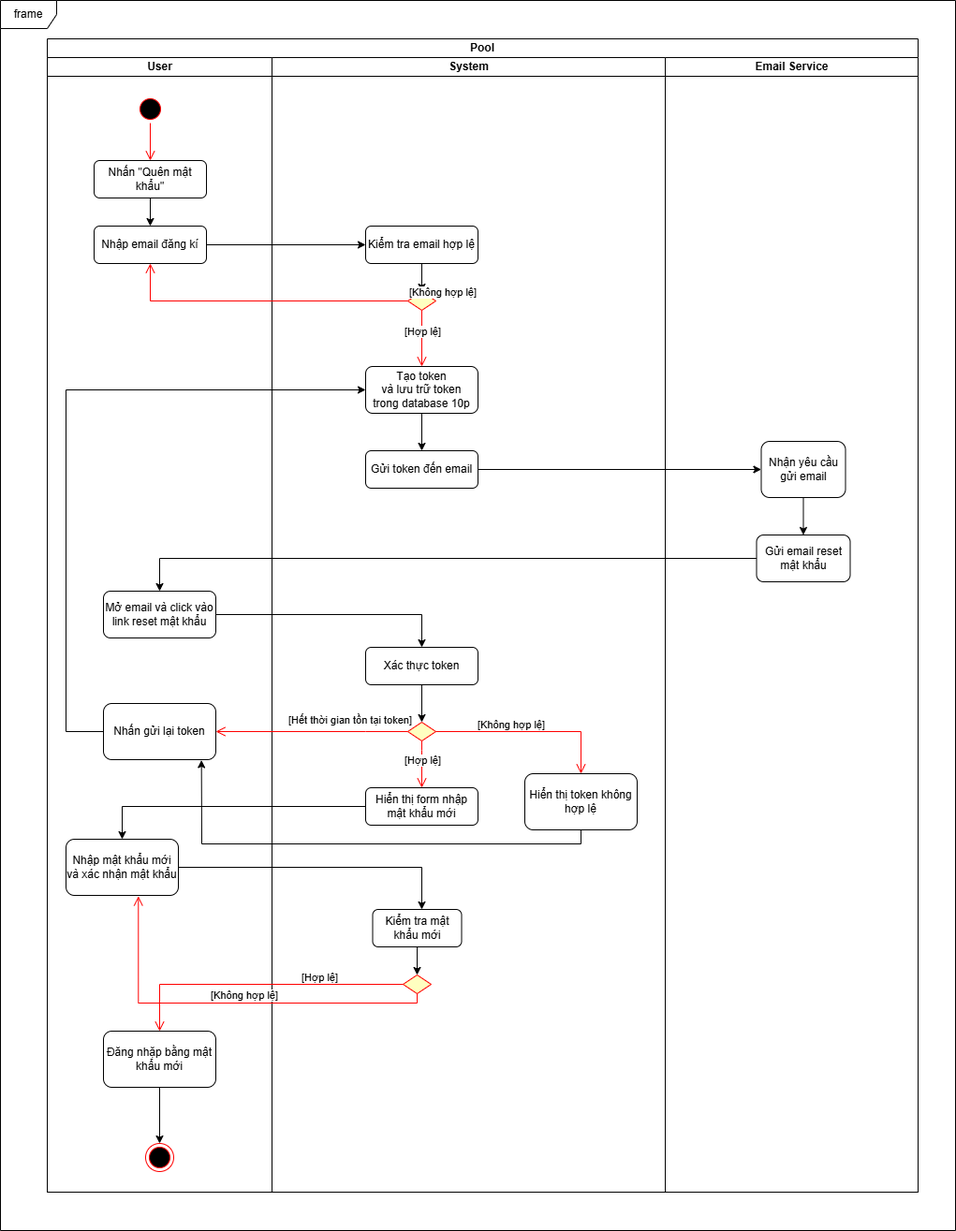
Above: Activity Diagram/reset_password.drawio.png in dvhAoU1374/IT3120-PTTKHT (draw.io), before the change. Source tidied: cells renumbered, new cells last; positions are measured from the earlier drawing's top-left corner, leaving out a move shared by most shapes.
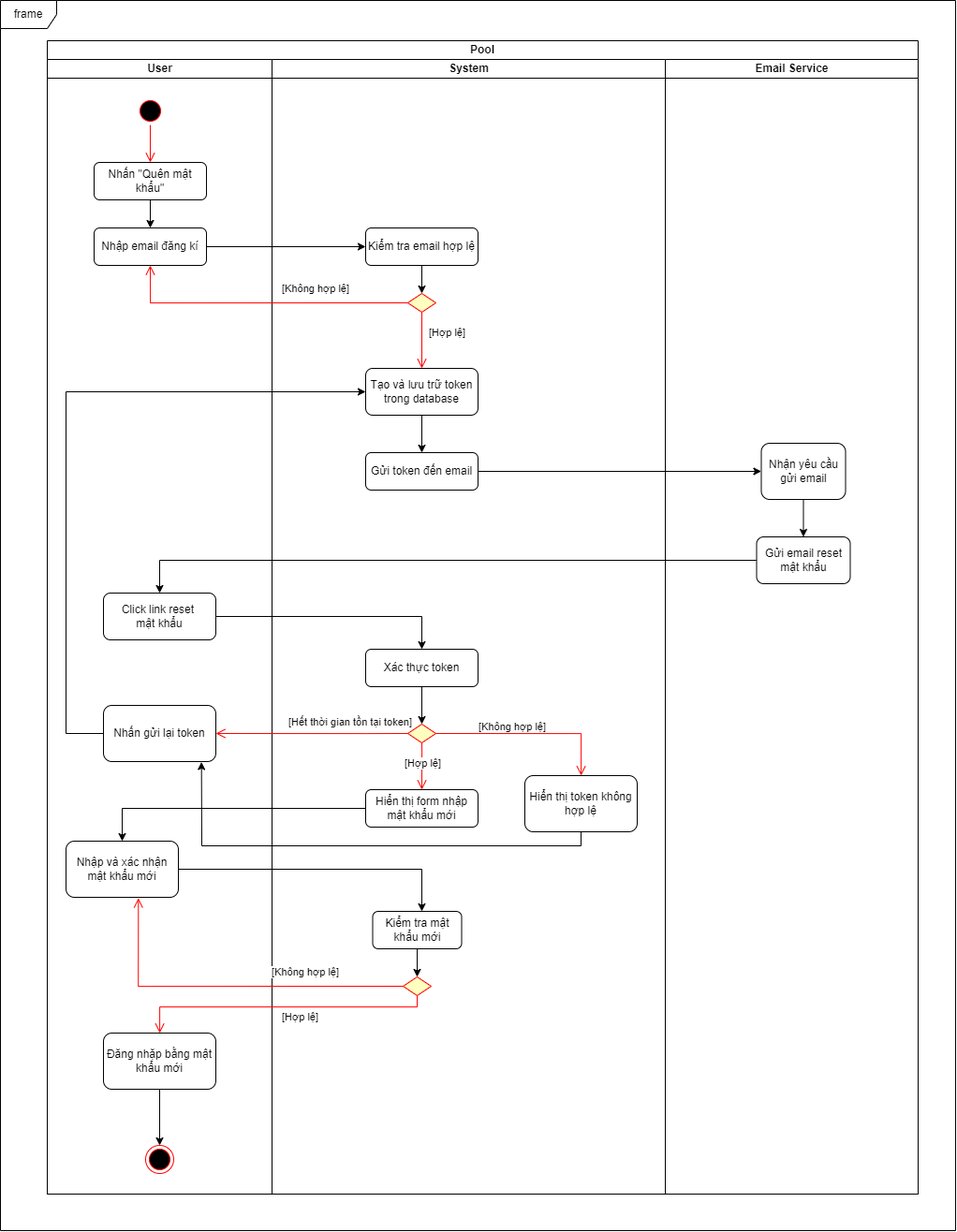
After the change.

What changed in the source:
```diff
@@ -3,7 +3,7 @@
     <mxCell id="0" />
     <mxCell id="1" parent="0" />
     <mxCell id="2" value="Pool" style="swimlane;html=1;startSize=20;whiteSpace=wrap;" parent="1" vertex="1">
-      <mxGeometry x="50" y="41" width="930" height="1232" as="geometry" />
+      <mxGeometry x="50" y="43" width="930" height="1232" as="geometry" />
     </mxCell>
     <mxCell id="3" value="User" style="swimlane;html=1;startSize=20;" parent="2" vertex="1">
       <mxGeometry y="20" width="240" height="1212" as="geometry" />
@@ -20,13 +20,13 @@
     <mxCell id="7" value="Nhập email đăng kí" style="rounded=1;whiteSpace=wrap;html=1;" parent="3" vertex="1">
       <mxGeometry x="50" y="180" width="120" height="40" as="geometry" />
     </mxCell>
-    <mxCell id="8" value="Mở email và click vào link reset mật khẩu" style="rounded=1;whiteSpace=wrap;html=1;" parent="3" vertex="1">
+    <mxCell id="8" value="Click link reset&amp;nbsp;&lt;div&gt;mật khẩu&lt;/div&gt;" style="rounded=1;whiteSpace=wrap;html=1;" parent="3" vertex="1">
       <mxGeometry x="60" y="570" width="120" height="50" as="geometry" />
     </mxCell>
     <mxCell id="9" style="endArrow=classic;html=1;rounded=0;exitX=0.5;exitY=1;exitDx=0;exitDy=0;" parent="3" edge="1" source="4" target="7">
       <mxGeometry relative="1" as="geometry" />
     </mxCell>
-    <mxCell id="10" value="Nhập mật khẩu mới và xác nhận mật khẩu" style="rounded=1;whiteSpace=wrap;html=1;" parent="3" vertex="1">
+    <mxCell id="10" value="Nhập và xác nhận mật khẩu mới" style="rounded=1;whiteSpace=wrap;html=1;" parent="3" vertex="1">
       <mxGeometry x="20" y="835" width="120" height="60" as="geometry" />
     </mxCell>
     <mxCell id="11" value="Đăng nhặp bằng mật khẩu mới" style="rounded=1;whiteSpace=wrap;html=1;" parent="3" vertex="1">
@@ -47,7 +47,7 @@
     <mxCell id="16" value="Kiểm tra email hợp lệ" style="whiteSpace=wrap;html=1;rounded=1;" parent="15" vertex="1">
       <mxGeometry x="100" y="180" width="120" height="40" as="geometry" />
     </mxCell>
-    <mxCell id="17" value="Tạo token&lt;div&gt;và lưu trữ token&lt;/div&gt;&lt;div&gt;trong database 10p&lt;/div&gt;" style="rounded=1;whiteSpace=wrap;html=1;" parent="15" vertex="1">
+    <mxCell id="17" value="Tạo và&amp;nbsp;&lt;span style=&quot;background-color: transparent; color: light-dark(rgb(0, 0, 0), rgb(255, 255, 255));&quot;&gt;lưu trữ token&lt;/span&gt;&lt;div&gt;trong database&lt;/div&gt;" style="rounded=1;whiteSpace=wrap;html=1;" parent="15" vertex="1">
       <mxGeometry x="100" y="330" width="120" height="50" as="geometry" />
     </mxCell>
     <mxCell id="18" value="Gửi token đến email" style="rounded=1;whiteSpace=wrap;html=1;" parent="15" vertex="1">
@@ -71,7 +71,7 @@
       <mxGeometry x="145" y="250" width="30" height="20" as="geometry" />
     </mxCell>
     <mxCell id="24" value="[Hợp lệ]" style="edgeStyle=orthogonalEdgeStyle;html=1;align=left;verticalAlign=top;endArrow=open;endSize=8;strokeColor=#ff0000;rounded=0;entryX=0.5;entryY=0;entryDx=0;entryDy=0;" parent="15" edge="1" source="23" target="17">
-      <mxGeometry x="-0.67" y="-20" relative="1" as="geometry" />
+      <mxGeometry x="-0.73" y="6" relative="1" as="geometry" />
     </mxCell>
     <mxCell id="25" style="endArrow=classic;html=1;rounded=0;entryX=0.5;entryY=0;entryDx=0;entryDy=0;exitX=0.5;exitY=1;exitDx=0;exitDy=0;" parent="15" edge="1" source="17" target="18">
       <mxGeometry relative="1" as="geometry" />
@@ -124,7 +124,7 @@
       <mxGeometry relative="1" as="geometry" />
     </mxCell>
     <mxCell id="40" value="[Không hợp lệ]" style="edgeStyle=orthogonalEdgeStyle;html=1;align=left;verticalAlign=bottom;endArrow=open;endSize=8;strokeColor=#ff0000;rounded=0;exitX=0;exitY=0.5;exitDx=0;exitDy=0;entryX=0.5;entryY=1;entryDx=0;entryDy=0;" parent="2" edge="1" source="23" target="7">
-      <mxGeometry x="-1" relative="1" as="geometry" />
+      <mxGeometry x="-0.14" y="-6" relative="1" as="geometry" />
     </mxCell>
     <mxCell id="41" style="endArrow=classic;html=1;rounded=0;exitX=1;exitY=0.5;exitDx=0;exitDy=0;entryX=0;entryY=0.5;entryDx=0;entryDy=0;" parent="2" edge="1" source="18" target="35">
       <mxGeometry relative="1" as="geometry" />
@@ -166,16 +166,19 @@
         </Array>
       </mxGeometry>
     </mxCell>
-    <mxCell id="47" value="[Hợp lệ]" style="edgeStyle=orthogonalEdgeStyle;html=1;align=left;verticalAlign=top;endArrow=open;endSize=8;strokeColor=#ff0000;rounded=0;exitX=0;exitY=0.5;exitDx=0;exitDy=0;" parent="2" edge="1" source="30" target="11">
-      <mxGeometry x="-0.29" y="-20" relative="1" as="geometry">
+    <mxCell id="47" value="[Hợp lệ]" style="edgeStyle=orthogonalEdgeStyle;html=1;align=left;verticalAlign=top;endArrow=open;endSize=8;strokeColor=#ff0000;rounded=0;exitX=0.5;exitY=1;exitDx=0;exitDy=0;" parent="2" edge="1" source="30" target="11">
+      <mxGeometry y="-2" relative="1" as="geometry">
         <Array as="points">
-          <mxPoint x="120" y="1010" />
+          <mxPoint x="395" y="1032" />
+          <mxPoint x="120" y="1032" />
         </Array>
       </mxGeometry>
     </mxCell>
-    <mxCell id="48" value="[Không hợp lệ]" style="edgeStyle=orthogonalEdgeStyle;html=1;align=left;verticalAlign=top;endArrow=open;endSize=8;strokeColor=#ff0000;rounded=0;exitX=0.5;exitY=1;exitDx=0;exitDy=0;entryX=0.644;entryY=1.015;entryDx=0;entryDy=0;entryPerimeter=0;" parent="2" edge="1" source="30" target="10">
-      <mxGeometry x="0.1" y="-20" relative="1" as="geometry">
-        <mxPoint y="-1" as="offset" />
+    <mxCell id="48" value="[Không hợp lệ]" style="edgeStyle=orthogonalEdgeStyle;html=1;align=left;verticalAlign=top;endArrow=open;endSize=8;strokeColor=#ff0000;rounded=0;entryX=0.644;entryY=1.015;entryDx=0;entryDy=0;entryPerimeter=0;exitX=0;exitY=0.5;exitDx=0;exitDy=0;" parent="2" edge="1" source="30" target="10">
+      <mxGeometry x="-0.25" y="-28" relative="1" as="geometry">
+        <Array as="points">
+          <mxPoint x="97" y="1010" />
+        </Array>
       </mxGeometry>
     </mxCell>
     <mxCell id="49" style="endArrow=classic;html=1;rounded=0;exitX=0;exitY=0.5;exitDx=0;exitDy=0;entryX=0;entryY=0.5;entryDx=0;entryDy=0;" parent="2" edge="1" source="14" target="17">
```
